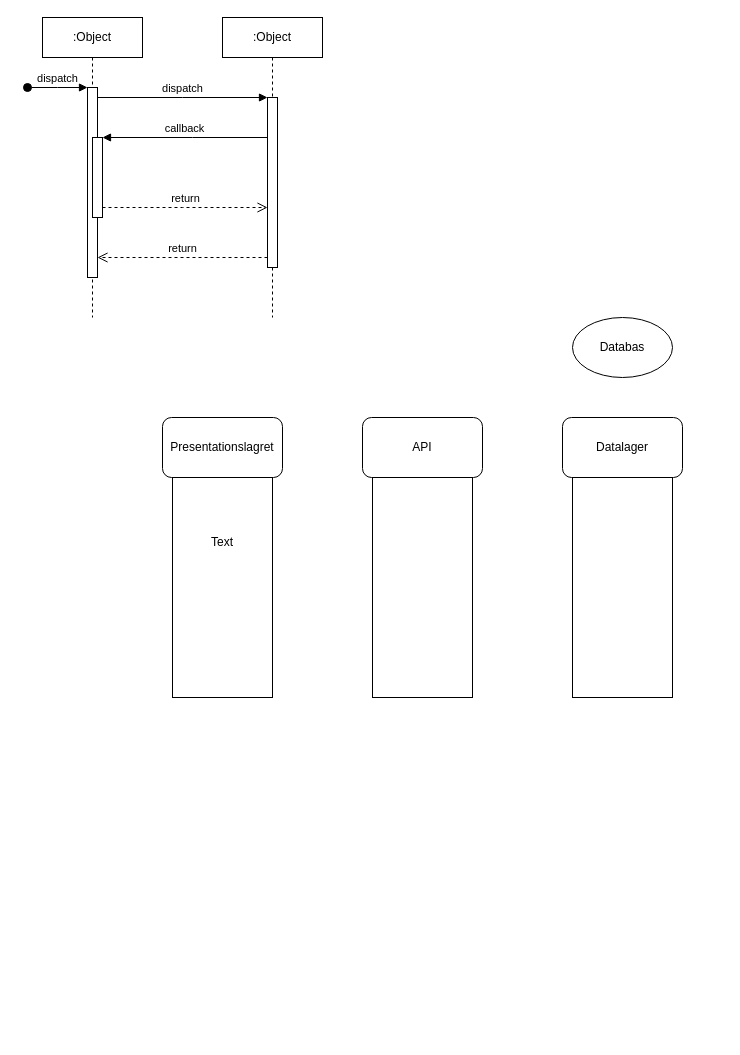
Earlier version of the draw.io diagram Untitled Diagram.drawio (Harmonyy1/TDP003). Source tidied: cells renumbered, new cells numbered last; positions are measured from the earlier drawing's top-left corner, leaving out a move shared by most shapes. Both pictures are drawn from the tidied source at 100%, with x=0, y=0 at pixel (27, 17).
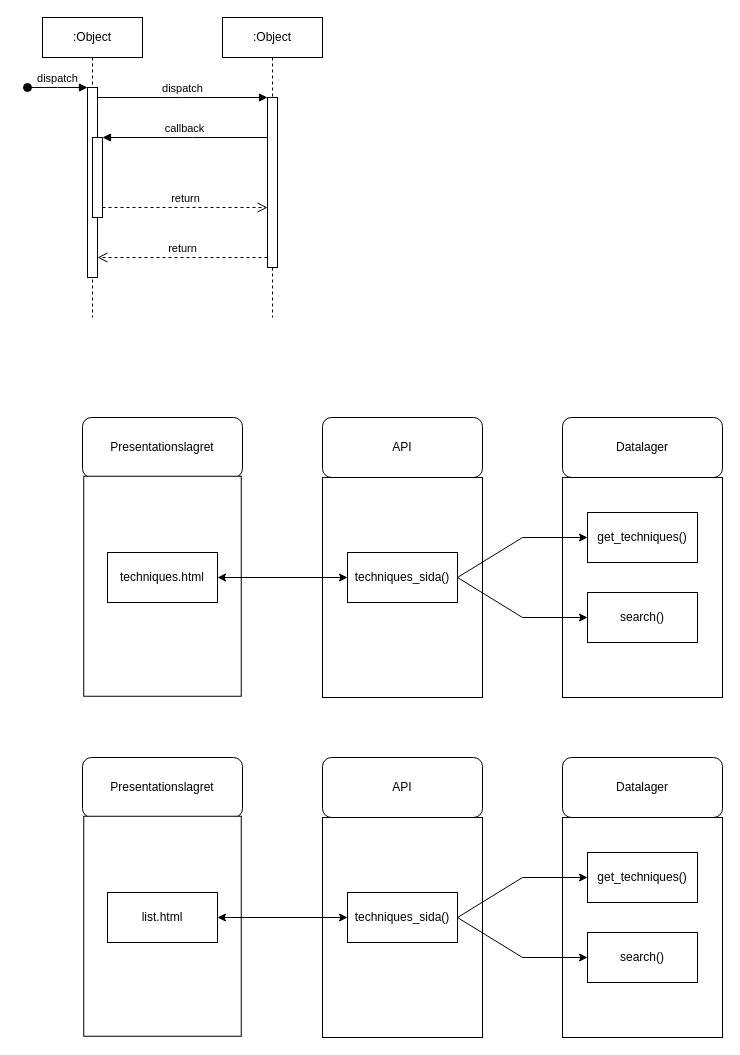
After the change.

Diff of the diagram source:
```diff
@@
     <mxCell id="12" value="Presentationslagret" style="rounded=1;whiteSpace=wrap;html=1;" parent="1" vertex="1">
-      <mxGeometry x="135" y="400" width="120" height="60" as="geometry" />
+      <mxGeometry x="55" y="400" width="160" height="60" as="geometry" />
     </mxCell>
     <mxCell id="13" value="API" style="rounded=1;whiteSpace=wrap;html=1;" parent="1" vertex="1">
-      <mxGeometry x="335" y="400" width="120" height="60" as="geometry" />
+      <mxGeometry x="295" y="400" width="160" height="60" as="geometry" />
     </mxCell>
     <mxCell id="14" value="Datalager" style="rounded=1;whiteSpace=wrap;html=1;" parent="1" vertex="1">
-      <mxGeometry x="535" y="400" width="120" height="60" as="geometry" />
+      <mxGeometry x="535" y="400" width="160" height="60" as="geometry" />
     </mxCell>
     <mxCell id="15" style="rounded=0;whiteSpace=wrap;html=1;rotation=90;" parent="1" vertex="1">
-      <mxGeometry x="85" y="520" width="220" height="100" as="geometry" />
+      <mxGeometry x="25" y="490" width="220" height="157.5" as="geometry" />
     </mxCell>
     <mxCell id="16" style="rounded=0;whiteSpace=wrap;html=1;rotation=90;" parent="1" vertex="1">
-      <mxGeometry x="485" y="520" width="220" height="100" as="geometry" />
+      <mxGeometry x="505" y="490" width="220" height="160" as="geometry" />
     </mxCell>
     <mxCell id="17" style="rounded=0;whiteSpace=wrap;html=1;rotation=90;" parent="1" vertex="1">
-      <mxGeometry x="285" y="520" width="220" height="100" as="geometry" />
+      <mxGeometry x="265" y="490" width="220" height="160" as="geometry" />
     </mxCell>
-    <mxCell id="18" value="Databas" style="ellipse;whiteSpace=wrap;html=1;" parent="1" vertex="1">
-      <mxGeometry x="545" y="300" width="100" height="60" as="geometry" />
-    </mxCell>
-    <mxCell id="19" value="Text" style="text;html=1;align=center;verticalAlign=middle;whiteSpace=wrap;rounded=0;" parent="1" vertex="1">
-      <mxGeometry x="165" y="510" width="60" height="30" as="geometry" />
-    </mxCell>
+    <mxCell id="20" style="endArrow=classic;startArrow=classic;html=1;rounded=0;entryX=0;entryY=0.5;entryDx=0;entryDy=0;exitX=1;exitY=0.5;exitDx=0;exitDy=0;" parent="1" edge="1" source="25" target="24">
+      <mxGeometry relative="1" as="geometry" />
+    </mxCell>
+    <mxCell id="21" style="endArrow=classic;html=1;rounded=0;exitX=1;exitY=0.5;exitDx=0;exitDy=0;" parent="1" edge="1" source="24" target="22">
+      <mxGeometry relative="1" as="geometry">
+        <Array as="points">
+          <mxPoint x="495" y="520" />
+        </Array>
+      </mxGeometry>
+    </mxCell>
+    <mxCell id="22" value="get_techniques()" style="rounded=0;whiteSpace=wrap;html=1;" parent="1" vertex="1">
+      <mxGeometry x="560" y="495" width="110" height="50" as="geometry" />
+    </mxCell>
+    <mxCell id="23" value="search()" style="rounded=0;whiteSpace=wrap;html=1;" parent="1" vertex="1">
+      <mxGeometry x="560" y="575" width="110" height="50" as="geometry" />
+    </mxCell>
+    <mxCell id="24" value="techniques_sida()" style="rounded=0;whiteSpace=wrap;html=1;" parent="1" vertex="1">
+      <mxGeometry x="320" y="535" width="110" height="50" as="geometry" />
+    </mxCell>
+    <mxCell id="25" value="techniques.html" style="rounded=0;whiteSpace=wrap;html=1;" parent="1" vertex="1">
+      <mxGeometry x="80" y="535" width="110" height="50" as="geometry" />
+    </mxCell>
+    <mxCell id="26" style="endArrow=classic;html=1;rounded=0;entryX=0;entryY=0.5;entryDx=0;entryDy=0;" parent="1" edge="1" target="23">
+      <mxGeometry relative="1" as="geometry">
+        <mxPoint x="430" y="560" as="sourcePoint" />
+        <Array as="points">
+          <mxPoint x="495" y="600" />
+        </Array>
+      </mxGeometry>
+    </mxCell>
+    <mxCell id="27" value="Presentationslagret" style="rounded=1;whiteSpace=wrap;html=1;" parent="1" vertex="1">
+      <mxGeometry x="55" y="740" width="160" height="60" as="geometry" />
+    </mxCell>
+    <mxCell id="28" value="API" style="rounded=1;whiteSpace=wrap;html=1;" parent="1" vertex="1">
+      <mxGeometry x="295" y="740" width="160" height="60" as="geometry" />
+    </mxCell>
+    <mxCell id="29" value="Datalager" style="rounded=1;whiteSpace=wrap;html=1;" parent="1" vertex="1">
+      <mxGeometry x="535" y="740" width="160" height="60" as="geometry" />
+    </mxCell>
+    <mxCell id="30" style="rounded=0;whiteSpace=wrap;html=1;rotation=90;" parent="1" vertex="1">
+      <mxGeometry x="25" y="830" width="220" height="157.5" as="geometry" />
+    </mxCell>
+    <mxCell id="31" style="rounded=0;whiteSpace=wrap;html=1;rotation=90;" parent="1" vertex="1">
+      <mxGeometry x="505" y="830" width="220" height="160" as="geometry" />
+    </mxCell>
+    <mxCell id="32" style="rounded=0;whiteSpace=wrap;html=1;rotation=90;" parent="1" vertex="1">
+      <mxGeometry x="265" y="830" width="220" height="160" as="geometry" />
+    </mxCell>
+    <mxCell id="33" style="endArrow=classic;startArrow=classic;html=1;rounded=0;entryX=0;entryY=0.5;entryDx=0;entryDy=0;exitX=1;exitY=0.5;exitDx=0;exitDy=0;" parent="1" edge="1" source="38" target="37">
+      <mxGeometry relative="1" as="geometry" />
+    </mxCell>
+    <mxCell id="34" style="endArrow=classic;html=1;rounded=0;exitX=1;exitY=0.5;exitDx=0;exitDy=0;" parent="1" edge="1" source="37" target="35">
+      <mxGeometry relative="1" as="geometry">
+        <Array as="points">
+          <mxPoint x="495" y="860" />
+        </Array>
+      </mxGeometry>
+    </mxCell>
+    <mxCell id="35" value="get_techniques()" style="rounded=0;whiteSpace=wrap;html=1;" parent="1" vertex="1">
+      <mxGeometry x="560" y="835" width="110" height="50" as="geometry" />
+    </mxCell>
+    <mxCell id="36" value="search()" style="rounded=0;whiteSpace=wrap;html=1;" parent="1" vertex="1">
+      <mxGeometry x="560" y="915" width="110" height="50" as="geometry" />
+    </mxCell>
+    <mxCell id="37" value="techniques_sida()" style="rounded=0;whiteSpace=wrap;html=1;" parent="1" vertex="1">
+      <mxGeometry x="320" y="875" width="110" height="50" as="geometry" />
+    </mxCell>
+    <mxCell id="38" value="list.html" style="rounded=0;whiteSpace=wrap;html=1;" parent="1" vertex="1">
+      <mxGeometry x="80" y="875" width="110" height="50" as="geometry" />
+    </mxCell>
+    <mxCell id="39" style="endArrow=classic;html=1;rounded=0;entryX=0;entryY=0.5;entryDx=0;entryDy=0;" parent="1" edge="1" target="36">
+      <mxGeometry relative="1" as="geometry">
+        <mxPoint x="430" y="900" as="sourcePoint" />
+        <Array as="points">
+          <mxPoint x="495" y="940" />
+        </Array>
+      </mxGeometry>
+    </mxCell>
```
